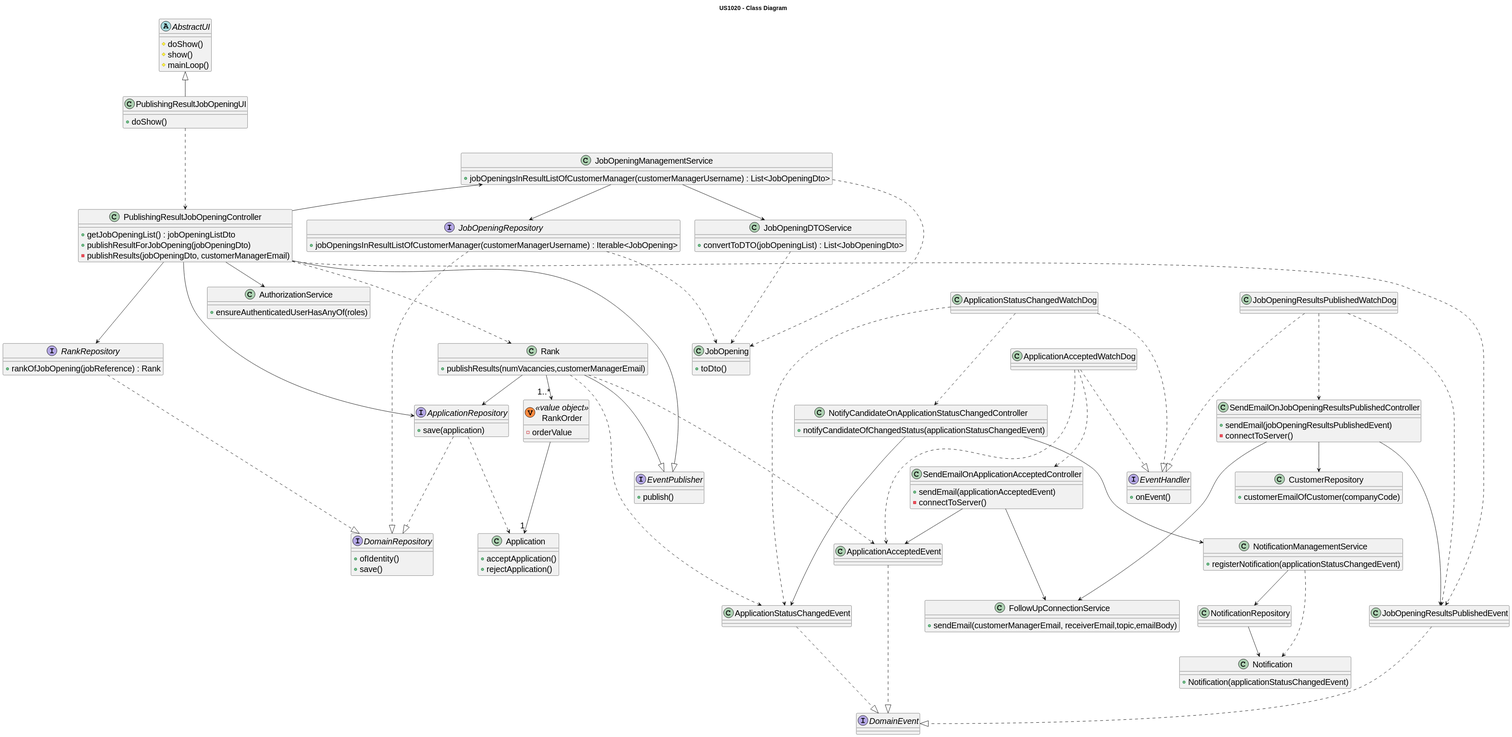
The PlantUML diagram docs/sprint-c/us_1020/design-diagrams/class-diagram.svg in rita-barbosa/LAPR4-2324, before a commit. Its diagram source:
```plantuml
@startuml
skinparamlocked defaultFontSize 20

title US1020 - Class Diagram



abstract class AbstractUI {
    # doShow()
    # show()
    # mainLoop()
}

class PublishingResultJobOpeningUI {
+ doShow()
}

class PublishingResultJobOpeningController  {
+ getJobOpeningList() : jobOpeningListDto
+ publishResultForJobOpening(jobOpeningDto)
- publishResults(jobOpeningDto, customerManagerEmail)
}


interface ApplicationRepository {
+ save(application)
}

class Application {
+ acceptApplication()
+ rejectApplication()
}

interface  RankRepository {
+ rankOfJobOpening(jobReference) : Rank
}

class Rank {
+ publishResults(numVacancies,customerManagerEmail)
}

class AuthorizationService {
+ ensureAuthenticatedUserHasAnyOf(roles)
}


interface DomainRepository {
+ ofIdentity()
+ save()
}

interface JobOpeningRepository {
+ jobOpeningsInResultListOfCustomerManager(customerManagerUsername) : Iterable<JobOpening>
}
class JobOpeningManagementService{
+ jobOpeningsInResultListOfCustomerManager(customerManagerUsername) : List<JobOpeningDto>
}
class JobOpeningDTOService{
+ convertToDTO(jobOpeningList) : List<JobOpeningDto>
}
class JobOpening {
+ toDto()
}


interface EventPublisher{
+publish()
}
interface EventHandler{
+onEvent()
}
interface DomainEvent{
}

class JobOpeningResultsPublishedWatchDog{
}

class JobOpeningResultsPublishedEvent{
}
class SendEmailOnJobOpeningResultsPublishedController{
+ sendEmail(jobOpeningResultsPublishedEvent)
- connectToServer()
}
class CustomerRepository{
+ customerEmailOfCustomer(companyCode)
}

class ApplicationStatusChangedWatchDog{
}

class ApplicationStatusChangedEvent{
}
class NotifyCandidateOnApplicationStatusChangedController{
+ notifyCandidateOfChangedStatus(applicationStatusChangedEvent)
}
class NotificationRepository{
}
class NotificationManagementService{
+ registerNotification(applicationStatusChangedEvent)
}
class Notification {
+ Notification(applicationStatusChangedEvent)
}

class ApplicationAcceptedWatchDog{
}

class ApplicationAcceptedEvent{
}
class SendEmailOnApplicationAcceptedController{
+ sendEmail(applicationAcceptedEvent)
- connectToServer()
}
class FollowUpConnectionService{
+ sendEmail(customerManagerEmail, receiverEmail,topic,emailBody)
}
class RankOrder <<(V,#FF8B40) value object>> {
- orderValue
}

AbstractUI <|-- PublishingResultJobOpeningUI

PublishingResultJobOpeningUI .--> PublishingResultJobOpeningController

PublishingResultJobOpeningController --> AuthorizationService

PublishingResultJobOpeningController --> ApplicationRepository
JobOpeningManagementService --> JobOpeningRepository
JobOpeningManagementService --> JobOpeningDTOService
JobOpeningManagementService .-> JobOpening
JobOpeningDTOService .-> JobOpening
ApplicationRepository .--> Application
ApplicationRepository .--|> DomainRepository
RankRepository .-|> DomainRepository

ApplicationAcceptedEvent .-|> DomainEvent
JobOpeningResultsPublishedEvent .--|> DomainEvent
ApplicationStatusChangedEvent .--|> DomainEvent

Rank ---|> EventPublisher
ApplicationAcceptedWatchDog .--|> EventHandler
JobOpeningResultsPublishedWatchDog .--|> EventHandler
ApplicationStatusChangedWatchDog .---|> EventHandler
ApplicationAcceptedWatchDog .--> SendEmailOnApplicationAcceptedController
JobOpeningResultsPublishedWatchDog .--> SendEmailOnJobOpeningResultsPublishedController
ApplicationStatusChangedWatchDog .--> NotifyCandidateOnApplicationStatusChangedController
ApplicationAcceptedWatchDog .--> ApplicationAcceptedEvent
JobOpeningResultsPublishedWatchDog .--> JobOpeningResultsPublishedEvent
ApplicationStatusChangedWatchDog .--> ApplicationStatusChangedEvent

SendEmailOnApplicationAcceptedController ---> FollowUpConnectionService
SendEmailOnJobOpeningResultsPublishedController ---> FollowUpConnectionService
SendEmailOnJobOpeningResultsPublishedController --> CustomerRepository
NotifyCandidateOnApplicationStatusChangedController ---> NotificationManagementService
NotificationManagementService .--> Notification
NotificationManagementService --> NotificationRepository
NotificationRepository --> Notification

SendEmailOnApplicationAcceptedController --> ApplicationAcceptedEvent
SendEmailOnJobOpeningResultsPublishedController ----> JobOpeningResultsPublishedEvent
NotifyCandidateOnApplicationStatusChangedController --> ApplicationStatusChangedEvent
PublishingResultJobOpeningController --> RankRepository
PublishingResultJobOpeningController .--> Rank
Rank --> "1..*" RankOrder
RankOrder --> "1" Application
Rank --> ApplicationRepository
Rank .----> ApplicationStatusChangedEvent
Rank .---> ApplicationAcceptedEvent

PublishingResultJobOpeningController .-----> JobOpeningResultsPublishedEvent
PublishingResultJobOpeningController  --|> EventPublisher
PublishingResultJobOpeningController -up-> JobOpeningManagementService
JobOpeningRepository .-|> DomainRepository
JobOpeningRepository .--> JobOpening
@enduml
```
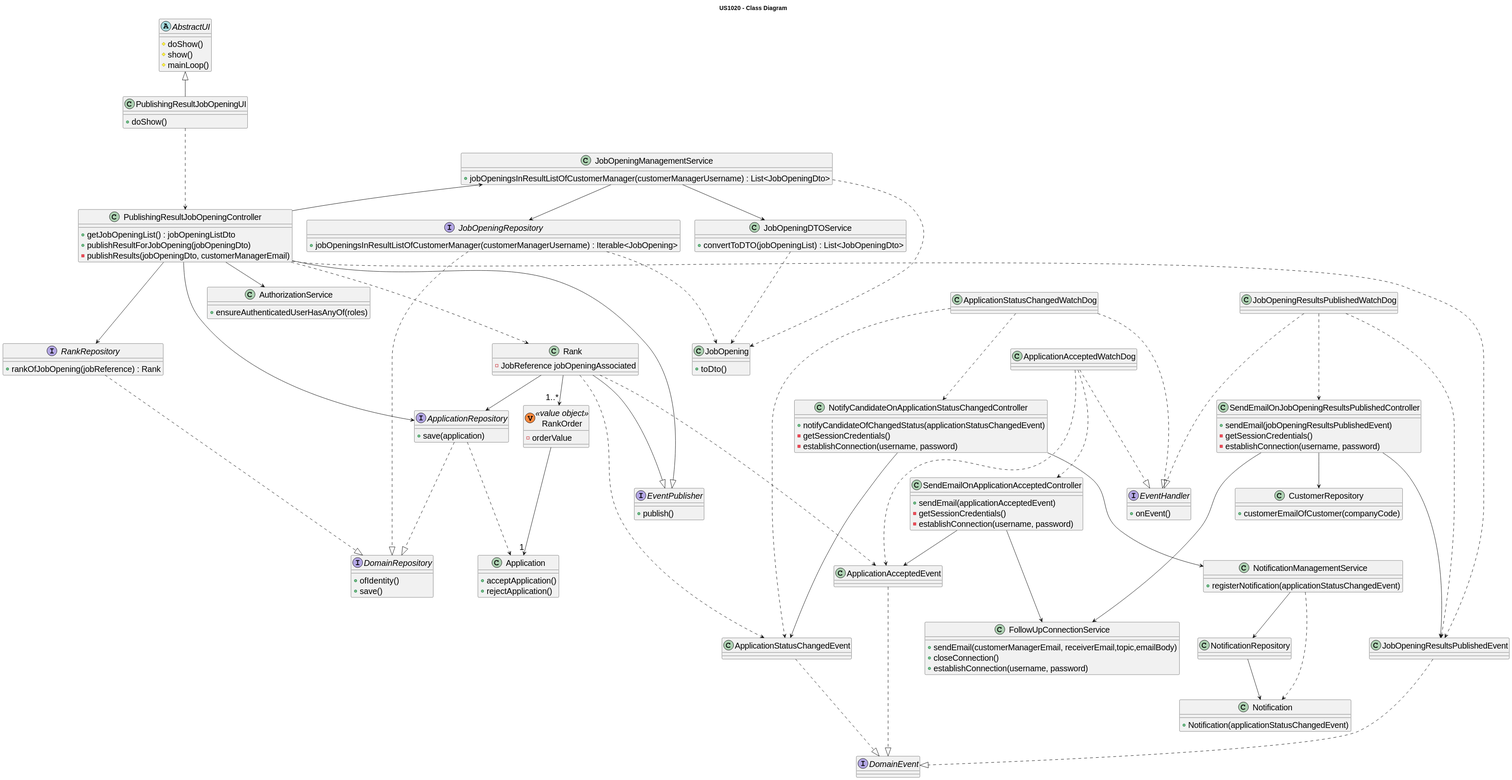
Above is the later version.

What changed in the source:
```diff
@@ -36,7 +36,7 @@
 }
 
 class Rank {
-+ publishResults(numVacancies,customerManagerEmail)
+- JobReference jobOpeningAssociated
 }
 
 class AuthorizationService {
@@ -79,7 +79,8 @@
 }
 class SendEmailOnJobOpeningResultsPublishedController{
 + sendEmail(jobOpeningResultsPublishedEvent)
-- connectToServer()
+- getSessionCredentials()
+- establishConnection(username, password)
 }
 class CustomerRepository{
 + customerEmailOfCustomer(companyCode)
@@ -92,6 +93,8 @@
 }
 class NotifyCandidateOnApplicationStatusChangedController{
 + notifyCandidateOfChangedStatus(applicationStatusChangedEvent)
+- getSessionCredentials()
+- establishConnection(username, password)
 }
 class NotificationRepository{
 }
@@ -109,10 +112,13 @@
 }
 class SendEmailOnApplicationAcceptedController{
 + sendEmail(applicationAcceptedEvent)
-- connectToServer()
+- getSessionCredentials()
+- establishConnection(username, password)
 }
 class FollowUpConnectionService{
 + sendEmail(customerManagerEmail, receiverEmail,topic,emailBody)
++ closeConnection()
++ establishConnection(username, password)
 }
 class RankOrder <<(V,#FF8B40) value object>> {
 - orderValue
```
